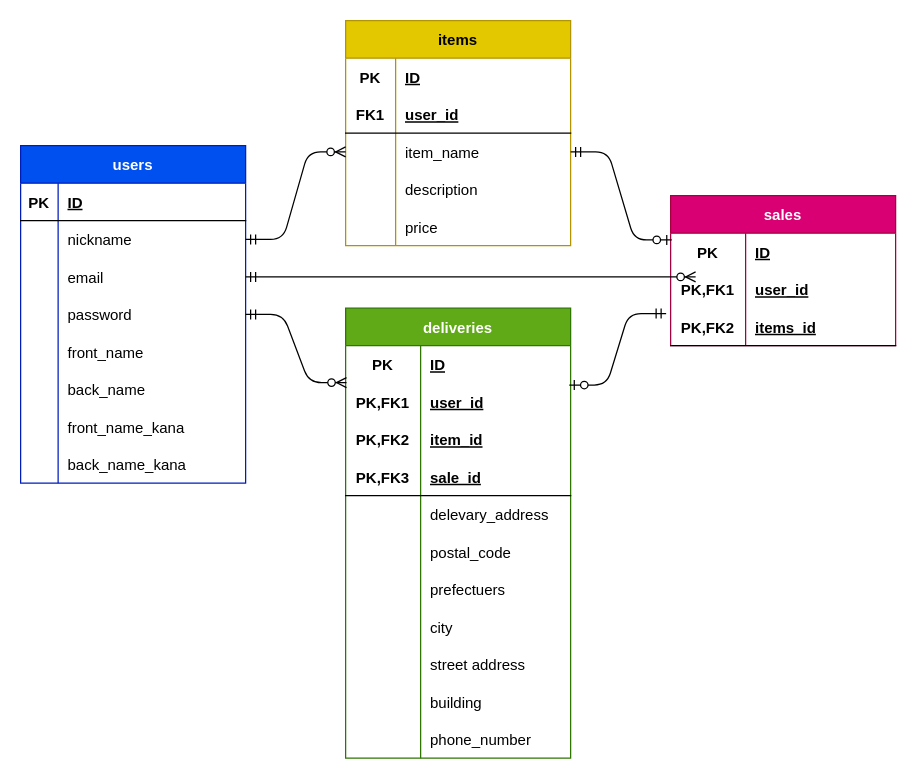
Earlier version of the draw.io diagram furima.dio (OtsukiMana-2003tech/furima-40808). Source tidied: cells renumbered, new cells numbered last; positions are measured from the earlier drawing's top-left corner, leaving out a move shared by most shapes. Both pictures are drawn from the tidied source at 125%, with x=0, y=0 at pixel (20, 20).
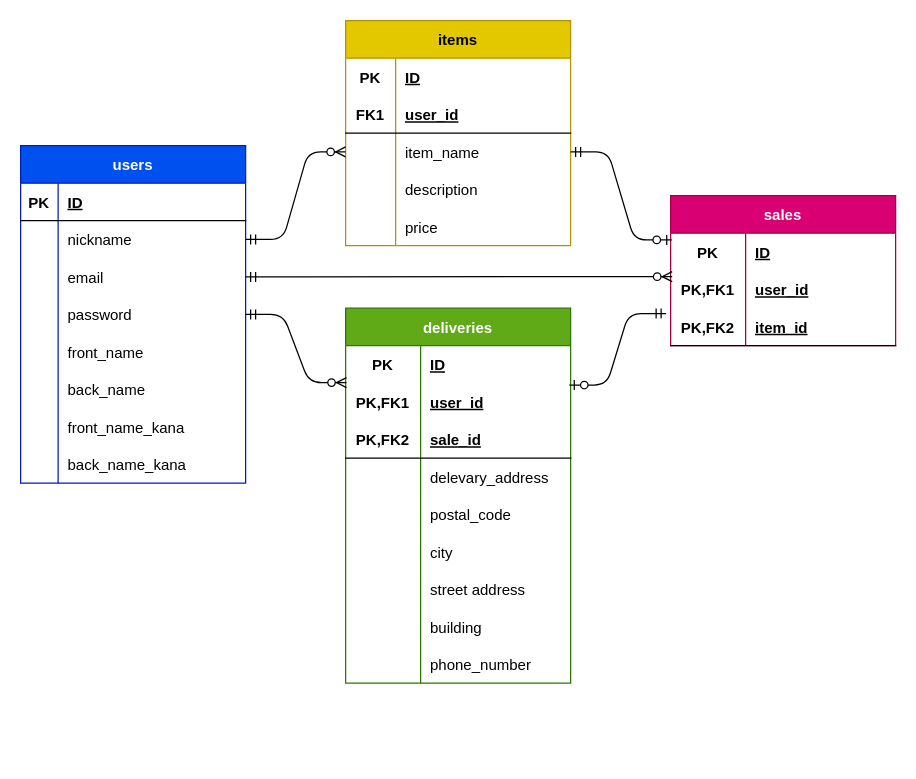
The same page after the edit.

Unchanged cells that the change refers to:
```xml
<mxCell id="9" style="shape=tableRow;horizontal=0;startSize=0;swimlaneHead=0;swimlaneBody=0;fillColor=none;points=[[0,0.5],[1,0.5]];portConstraint=eastwest;top=0;left=0;right=0;bottom=0;" parent="2" vertex="1">
  <mxGeometry y="90" width="180" height="30" as="geometry" />
</mxCell>
<mxCell id="47" style="shape=tableRow;horizontal=0;startSize=0;swimlaneHead=0;swimlaneBody=0;fillColor=none;points=[[0,0.5],[1,0.5]];portConstraint=eastwest;top=0;left=0;right=0;bottom=0;" parent="43" vertex="1">
  <mxGeometry y="60" width="180" height="30" as="geometry" />
</mxCell>
<mxCell id="50" style="shape=tableRow;horizontal=0;startSize=0;swimlaneHead=0;swimlaneBody=0;fillColor=none;points=[[0,0.5],[1,0.5]];portConstraint=eastwest;top=0;left=0;right=0;bottom=1;" parent="43" vertex="1">
  <mxGeometry y="90" width="180" height="30" as="geometry" />
</mxCell>
```

Diff of the diagram source:
```diff
@@
-    <mxCell id="52" value="items_id" style="shape=partialRectangle;fillColor=none;top=0;left=0;bottom=0;right=0;align=left;spacingLeft=6;fontStyle=5;overflow=hidden;" parent="50" vertex="1">
+    <mxCell id="52" value="item_id" style="shape=partialRectangle;fillColor=none;top=0;left=0;bottom=0;right=0;align=left;spacingLeft=6;fontStyle=5;overflow=hidden;" parent="50" vertex="1">
       <mxGeometry x="60" width="120" height="30" as="geometry" />
     </mxCell>
     <mxCell id="53" value="deliveries" style="shape=table;startSize=30;childLayout=tableLayout;rowLines=0;fontStyle=1;align=center;fillColor=#60a917;fontColor=#ffffff;strokeColor=#2D7600;" parent="1" vertex="1">
-      <mxGeometry x="260" y="230" width="180" height="360" as="geometry" />
+      <mxGeometry x="260" y="230" width="180" height="300" as="geometry" />
     </mxCell>
@@
-    <mxCell id="60" style="shape=tableRow;horizontal=0;startSize=0;swimlaneHead=0;swimlaneBody=0;fillColor=none;top=0;left=0;right=0;bottom=0;" parent="53" vertex="1">
-      <mxGeometry y="90" width="180" height="30" as="geometry" />
-    </mxCell>
-    <mxCell id="61" value="PK,FK2" style="shape=partialRectangle;fillColor=none;top=0;left=0;bottom=0;right=0;fontStyle=1;overflow=hidden;" parent="60" vertex="1">
-      <mxGeometry width="60" height="30" as="geometry" />
-    </mxCell>
-    <mxCell id="62" value="item_id" style="shape=partialRectangle;fillColor=none;top=0;left=0;bottom=0;right=0;align=left;spacingLeft=6;fontStyle=5;overflow=hidden;" parent="60" vertex="1">
-      <mxGeometry x="60" width="120" height="30" as="geometry" />
-    </mxCell>
     <mxCell id="63" style="shape=tableRow;horizontal=0;startSize=0;swimlaneHead=0;swimlaneBody=0;fillColor=none;top=0;left=0;right=0;bottom=1;" parent="53" vertex="1">
-      <mxGeometry y="120" width="180" height="30" as="geometry" />
+      <mxGeometry y="90" width="180" height="30" as="geometry" />
     </mxCell>
-    <mxCell id="64" value="PK,FK3" style="shape=partialRectangle;fillColor=none;top=0;left=0;bottom=0;right=0;fontStyle=1;overflow=hidden;" parent="63" vertex="1">
+    <mxCell id="64" value="PK,FK2" style="shape=partialRectangle;fillColor=none;top=0;left=0;bottom=0;right=0;fontStyle=1;overflow=hidden;" parent="63" vertex="1">
       <mxGeometry width="60" height="30" as="geometry" />
     </mxCell>
@@
     <mxCell id="66" style="shape=tableRow;horizontal=0;startSize=0;swimlaneHead=0;swimlaneBody=0;fillColor=none;top=0;left=0;right=0;bottom=0;" parent="53" vertex="1">
-      <mxGeometry y="150" width="180" height="30" as="geometry" />
+      <mxGeometry y="120" width="180" height="30" as="geometry" />
     </mxCell>
@@
     <mxCell id="69" style="shape=tableRow;horizontal=0;startSize=0;swimlaneHead=0;swimlaneBody=0;fillColor=none;top=0;left=0;right=0;bottom=0;" parent="53" vertex="1">
-      <mxGeometry y="180" width="180" height="30" as="geometry" />
+      <mxGeometry y="150" width="180" height="30" as="geometry" />
     </mxCell>
@@
-    <mxCell id="72" style="shape=tableRow;horizontal=0;startSize=0;swimlaneHead=0;swimlaneBody=0;fillColor=none;top=0;left=0;right=0;bottom=0;" parent="53" vertex="1">
-      <mxGeometry y="210" width="180" height="30" as="geometry" />
-    </mxCell>
-    <mxCell id="73" style="shape=partialRectangle;fillColor=none;top=0;left=0;bottom=0;right=0;overflow=hidden;" parent="72" vertex="1">
-      <mxGeometry width="60" height="30" as="geometry" />
-    </mxCell>
-    <mxCell id="74" value="prefectuers" style="shape=partialRectangle;fillColor=none;top=0;left=0;bottom=0;right=0;align=left;spacingLeft=6;overflow=hidden;" parent="72" vertex="1">
-      <mxGeometry x="60" width="120" height="30" as="geometry" />
-    </mxCell>
     <mxCell id="75" style="shape=tableRow;horizontal=0;startSize=0;swimlaneHead=0;swimlaneBody=0;fillColor=none;top=0;left=0;right=0;bottom=0;" parent="53" vertex="1">
-      <mxGeometry y="240" width="180" height="30" as="geometry" />
+      <mxGeometry y="180" width="180" height="30" as="geometry" />
     </mxCell>
@@
     <mxCell id="78" style="shape=tableRow;horizontal=0;startSize=0;swimlaneHead=0;swimlaneBody=0;fillColor=none;top=0;left=0;right=0;bottom=0;" parent="53" vertex="1">
-      <mxGeometry y="270" width="180" height="30" as="geometry" />
+      <mxGeometry y="210" width="180" height="30" as="geometry" />
     </mxCell>
@@
     <mxCell id="81" style="shape=tableRow;horizontal=0;startSize=0;swimlaneHead=0;swimlaneBody=0;fillColor=none;top=0;left=0;right=0;bottom=0;" parent="53" vertex="1">
-      <mxGeometry y="300" width="180" height="30" as="geometry" />
+      <mxGeometry y="240" width="180" height="30" as="geometry" />
     </mxCell>
@@
     <mxCell id="84" style="shape=tableRow;horizontal=0;startSize=0;swimlaneHead=0;swimlaneBody=0;fillColor=none;top=0;left=0;right=0;bottom=0;" parent="53" vertex="1">
-      <mxGeometry y="330" width="180" height="30" as="geometry" />
+      <mxGeometry y="270" width="180" height="30" as="geometry" />
     </mxCell>
@@
-    <mxCell id="88" style="edgeStyle=entityRelationEdgeStyle;fontSize=12;html=1;endArrow=ERzeroToMany;startArrow=ERmandOne;exitX=1;exitY=0.5;exitDx=0;exitDy=0;" parent="1" edge="1" source="9">
-      <mxGeometry relative="1" as="geometry">
-        <mxPoint x="540" y="205" as="targetPoint" />
-      </mxGeometry>
+    <mxCell id="88" style="edgeStyle=entityRelationEdgeStyle;fontSize=12;html=1;endArrow=ERzeroToMany;startArrow=ERmandOne;exitX=1;exitY=0.5;exitDx=0;exitDy=0;entryX=0.007;entryY=0.16;entryDx=0;entryDy=0;entryPerimeter=0;" parent="1" edge="1" source="9" target="47">
+      <mxGeometry relative="1" as="geometry" />
     </mxCell>
```
